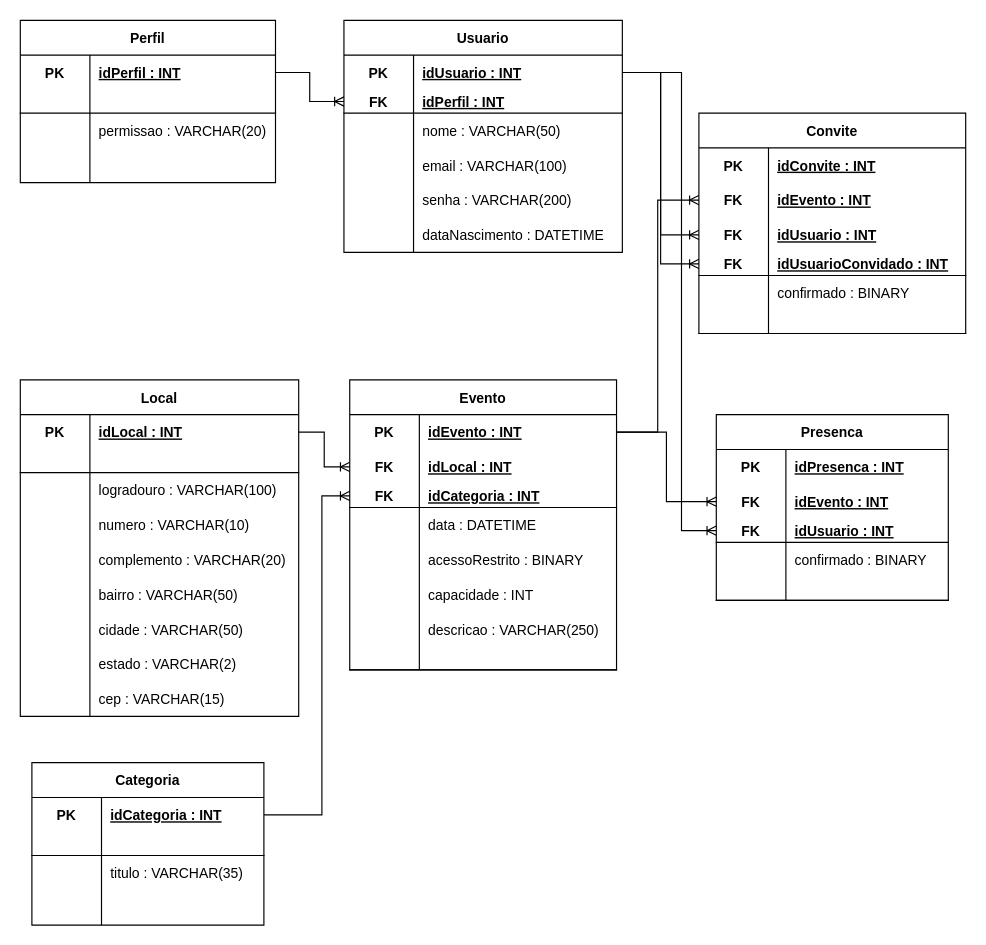
DanielMendesdoAmaral/2S2DT-Sprint1-BancoDeDados keeps this draw.io diagram as Feitos em aula/Aula 17- Diagrama lógico do projeto Nyous/Nyous - Diagrama Lógico.drawio. Above is the earlier version. Source tidied: cells renumbered, new cells numbered last; positions are measured from the earlier drawing's top-left corner, leaving out a move shared by most shapes. Both pictures are drawn from the tidied source at 116%, with x=0, y=0 at pixel (20, 20).
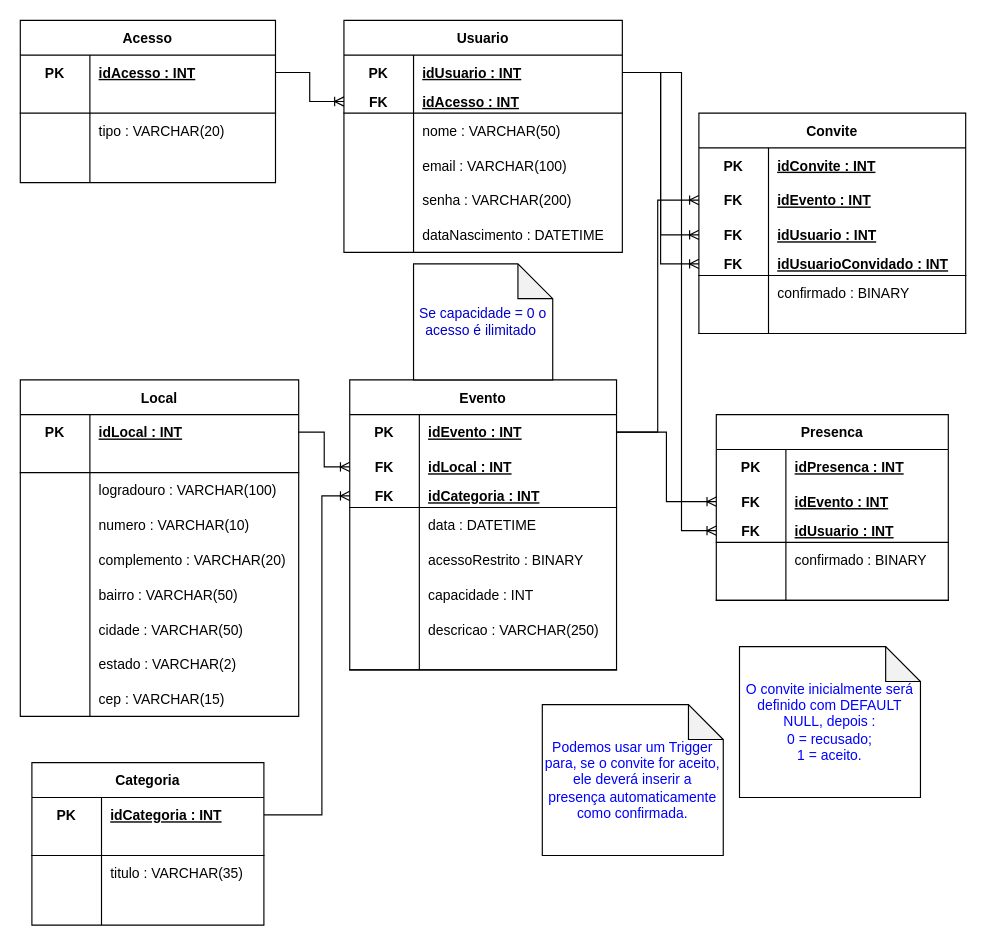
Above is the later version.

Unchanged cells that the change refers to:
```xml
<mxCell id="3" style="shape=partialRectangle;fillColor=none;top=0;left=0;bottom=0;right=0;points=[[0,0.5],[1,0.5]];portConstraint=eastwest;" parent="2" vertex="1">
  <mxGeometry y="30" width="220" height="30" as="geometry" />
</mxCell>
<mxCell id="9" style="shape=partialRectangle;fillColor=none;top=0;left=0;bottom=0;right=0;" parent="2" vertex="1">
  <mxGeometry y="80" width="220" height="30" as="geometry" />
</mxCell>
<mxCell id="35" style="shape=partialRectangle;fillColor=none;top=0;left=0;bottom=1;right=0;points=[[0,0.5],[1,0.5]];portConstraint=eastwest;" parent="31" vertex="1">
  <mxGeometry y="60" width="240" height="20" as="geometry" />
</mxCell>
```

Change to the diagram source:
```diff
@@
-    <mxCell id="2" value="Perfil" style="shape=table;startSize=30;childLayout=tableLayout;rowLines=0;fontStyle=1;align=center;" parent="1" vertex="1">
+    <mxCell id="2" value="Acesso" style="shape=table;startSize=30;childLayout=tableLayout;rowLines=0;fontStyle=1;align=center;" parent="1" vertex="1">
       <mxGeometry width="220" height="140" as="geometry" />
     </mxCell>
@@
-    <mxCell id="5" value="idPerfil : INT" style="shape=partialRectangle;fillColor=none;top=0;left=0;bottom=0;right=0;align=left;spacingLeft=6;fontStyle=5;overflow=hidden;" parent="3" vertex="1">
+    <mxCell id="5" value="idAcesso : INT" style="shape=partialRectangle;fillColor=none;top=0;left=0;bottom=0;right=0;align=left;spacingLeft=6;fontStyle=5;overflow=hidden;" parent="3" vertex="1">
       <mxGeometry x="60" width="160" height="30" as="geometry" />
     </mxCell>
@@
-    <mxCell id="11" value="permissao : VARCHAR(20)" style="shape=partialRectangle;fillColor=none;top=0;left=0;bottom=0;right=0;align=left;spacingLeft=6;overflow=hidden;" parent="9" vertex="1">
+    <mxCell id="11" value="tipo : VARCHAR(20)" style="shape=partialRectangle;fillColor=none;top=0;left=0;bottom=0;right=0;align=left;spacingLeft=6;overflow=hidden;" parent="9" vertex="1">
       <mxGeometry x="60" width="160" height="30" as="geometry" />
     </mxCell>
@@
-    <mxCell id="37" value="idPerfil : INT" style="shape=partialRectangle;fillColor=none;top=0;left=0;bottom=0;right=0;align=left;spacingLeft=6;fontStyle=5;overflow=hidden;" parent="35" vertex="1">
+    <mxCell id="37" value="idAcesso : INT" style="shape=partialRectangle;fillColor=none;top=0;left=0;bottom=0;right=0;align=left;spacingLeft=6;fontStyle=5;overflow=hidden;" parent="35" vertex="1">
       <mxGeometry x="60" width="180" height="20" as="geometry" />
     </mxCell>
@@
+    <mxCell id="143" value="&lt;font color=&quot;#0000cc&quot;&gt;Se capacidade = 0 o acesso é ilimitado&amp;nbsp;&lt;/font&gt;" style="shape=note;whiteSpace=wrap;html=1;backgroundOutline=1;darkOpacity=0.05;" parent="1" vertex="1">
+      <mxGeometry x="339" y="210" width="120" height="100" as="geometry" />
+    </mxCell>
+    <mxCell id="144" value="&lt;font color=&quot;#0000ff&quot;&gt;O convite inicialmente será definido com DEFAULT NULL, depois :&lt;br&gt;0 = recusado;&lt;br&gt;1 = aceito.&lt;/font&gt;" style="shape=note;whiteSpace=wrap;html=1;backgroundOutline=1;darkOpacity=0.05;" parent="1" vertex="1">
+      <mxGeometry x="620" y="540" width="156" height="130" as="geometry" />
+    </mxCell>
+    <mxCell id="145" value="&lt;font color=&quot;#0000ff&quot;&gt;Podemos usar um Trigger para, se o convite for aceito, ele deverá inserir a presença automaticamente como confirmada.&lt;/font&gt;" style="shape=note;whiteSpace=wrap;html=1;backgroundOutline=1;darkOpacity=0.05;" parent="1" vertex="1">
+      <mxGeometry x="450" y="590" width="156" height="130" as="geometry" />
+    </mxCell>
```
